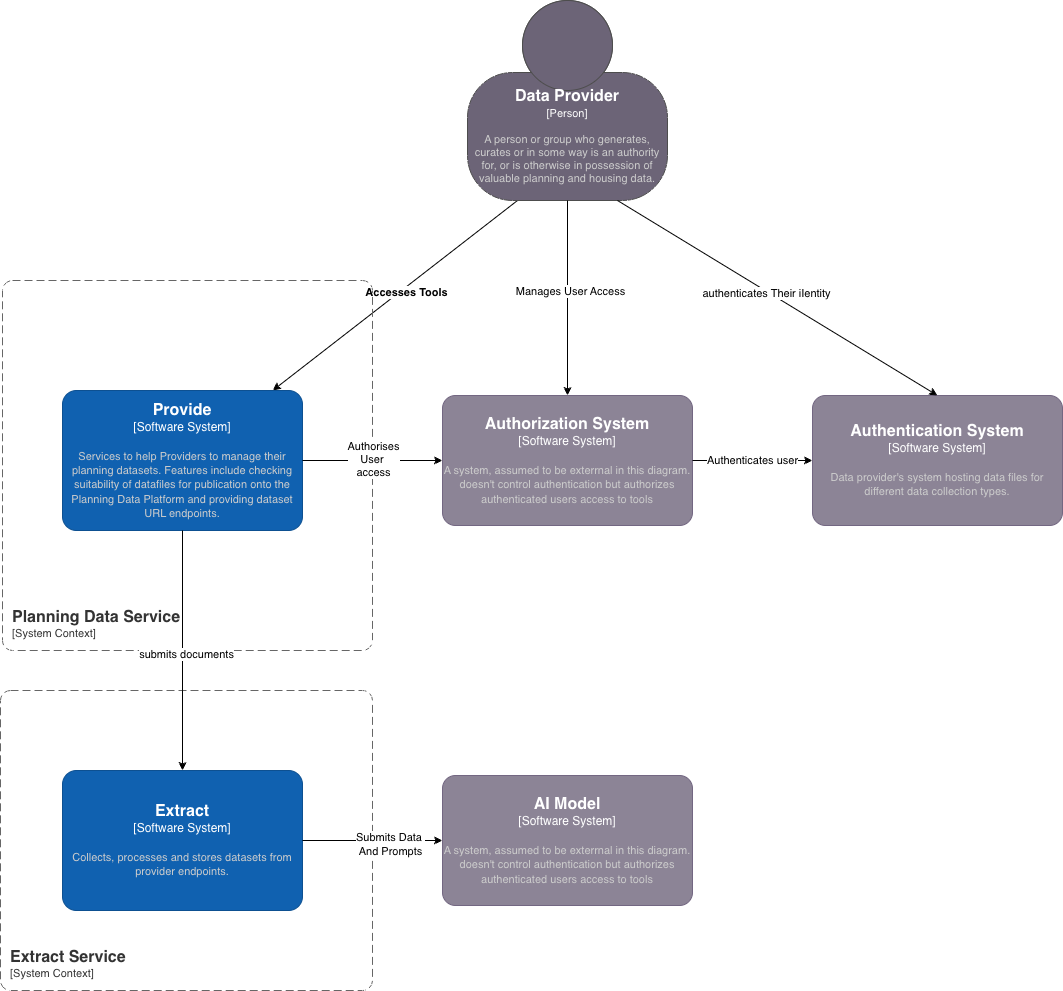
Earlier version of the draw.io export images/proposals/015-extract/system-context.drawio.png (digital-land/technical-documentation). Source tidied: cells renumbered, new cells last; positions are measured from the earlier drawing's top-left corner, leaving out a move shared by most shapes.
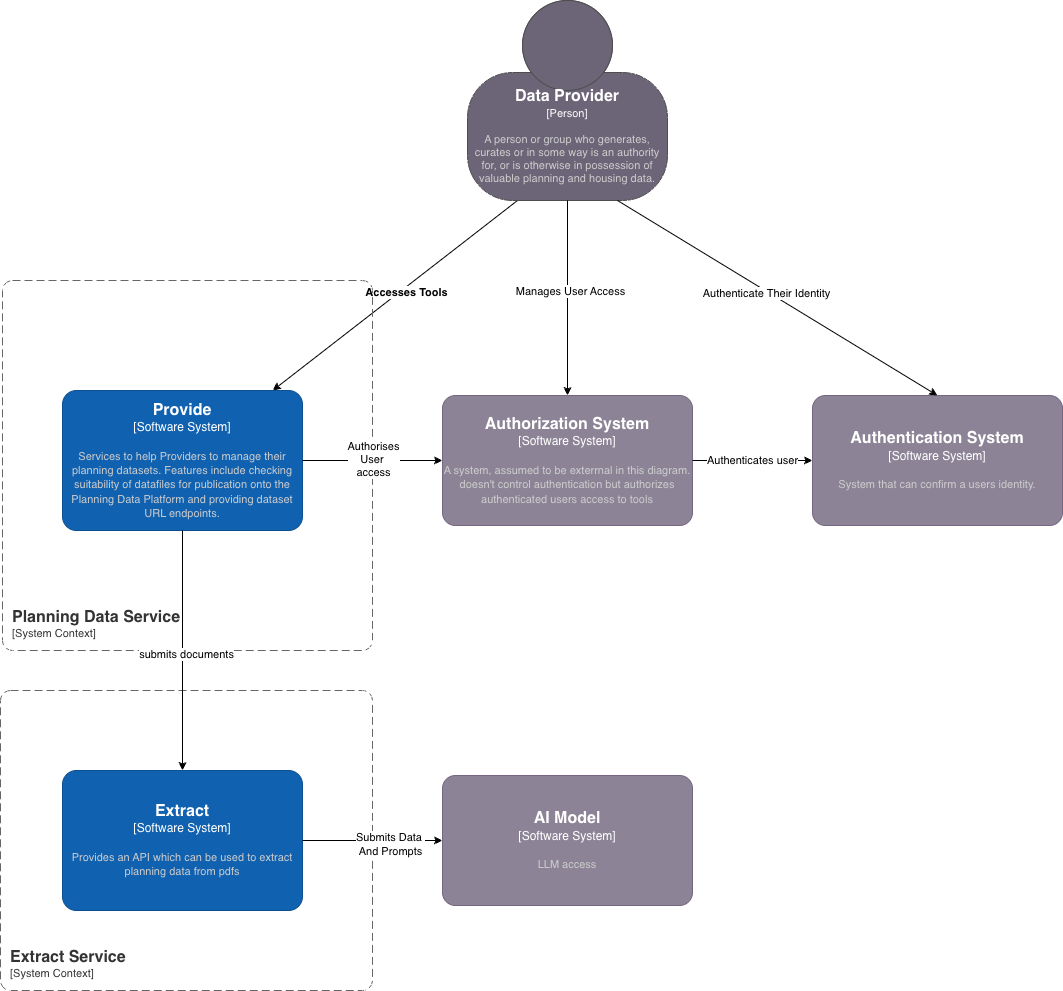
The same diagram one commit later.

Commit message:
correct typos

Diff of the diagram source:
```diff
@@ -23,7 +23,7 @@
         <mxGeometry x="62" y="390" width="240" height="140" as="geometry" />
       </mxCell>
     </object>
-    <object id="7" label="&lt;font style=&quot;font-size: 16px&quot;&gt;&lt;b&gt;%c4Name%&lt;/b&gt;&lt;/font&gt;&lt;div&gt;[%c4Type%]&lt;/div&gt;&lt;br&gt;&lt;div&gt;&lt;font style=&quot;font-size: 11px&quot;&gt;&lt;font color=&quot;#cccccc&quot;&gt;%c4Description%&lt;/font&gt;&lt;/div&gt;" c4Description="Data provider's system hosting data files for different data collection types." c4Name="Authentication System" c4Type="Software System" placeholders="1">
+    <object id="7" label="&lt;font style=&quot;font-size: 16px&quot;&gt;&lt;b&gt;%c4Name%&lt;/b&gt;&lt;/font&gt;&lt;div&gt;[%c4Type%]&lt;/div&gt;&lt;br&gt;&lt;div&gt;&lt;font style=&quot;font-size: 11px&quot;&gt;&lt;font color=&quot;#cccccc&quot;&gt;%c4Description%&lt;/font&gt;&lt;/div&gt;" c4Description="System that can confirm a users identity." c4Name="Authentication System" c4Type="Software System" placeholders="1">
       <mxCell style="rounded=1;whiteSpace=wrap;html=1;labelBackgroundColor=none;fillColor=#8C8496;fontColor=#ffffff;align=center;arcSize=10;strokeColor=#736782;points=[[0.25,0,0],[0.5,0,0],[0.75,0,0],[1,0.25,0],[1,0.5,0],[1,0.75,0],[0.75,1,0],[0.5,1,0],[0.25,1,0],[0,0.75,0],[0,0.5,0],[0,0.25,0]];" parent="1" vertex="1">
         <mxGeometry x="812" y="395" width="250" height="130" as="geometry" />
       </mxCell>
@@ -38,7 +38,7 @@
         <mxGeometry y="690" width="372" height="300" as="geometry" />
       </mxCell>
     </object>
-    <object id="10" label="&lt;font style=&quot;font-size: 16px&quot;&gt;&lt;b&gt;%c4Name%&lt;/b&gt;&lt;/font&gt;&lt;div&gt;[%c4Type%]&lt;/div&gt;&lt;br&gt;&lt;div&gt;&lt;font style=&quot;font-size: 11px&quot;&gt;&lt;font color=&quot;#cccccc&quot;&gt;%c4Description%&lt;/font&gt;&lt;/div&gt;" c4Description="Collects, processes and stores datasets from provider endpoints." c4Name="Extract" c4Type="Software System" placeholders="1">
+    <object id="10" label="&lt;font style=&quot;font-size: 16px&quot;&gt;&lt;b&gt;%c4Name%&lt;/b&gt;&lt;/font&gt;&lt;div&gt;[%c4Type%]&lt;/div&gt;&lt;br&gt;&lt;div&gt;&lt;font style=&quot;font-size: 11px&quot;&gt;&lt;font color=&quot;#cccccc&quot;&gt;%c4Description%&lt;/font&gt;&lt;/div&gt;" c4Description="Provides an API which can be used to extract planning data from pdfs" c4Name="Extract" c4Type="Software System" placeholders="1">
       <mxCell style="rounded=1;whiteSpace=wrap;html=1;labelBackgroundColor=none;fillColor=#1061B0;fontColor=#ffffff;align=center;arcSize=10;strokeColor=#0D5091;points=[[0.25,0,0],[0.5,0,0],[0.75,0,0],[1,0.25,0],[1,0.5,0],[1,0.75,0],[0.75,1,0],[0.5,1,0],[0.25,1,0],[0,0.75,0],[0,0.5,0],[0,0.25,0]];" parent="1" vertex="1">
         <mxGeometry x="62" y="770" width="240" height="140" as="geometry" />
       </mxCell>
@@ -69,10 +69,10 @@
     <mxCell id="18" style="rounded=0;jettySize=auto;html=1;exitX=0.75;exitY=1;exitDx=0;exitDy=0;exitPerimeter=0;entryX=0.5;entryY=0;entryDx=0;entryDy=0;entryPerimeter=0;" parent="1" edge="1" source="4" target="7">
       <mxGeometry relative="1" as="geometry" />
     </mxCell>
-    <mxCell id="19" value="authenticates Their iIentity" style="edgeLabel;html=1;align=center;verticalAlign=middle;" parent="18" vertex="1">
+    <mxCell id="19" value="Authenticate Their Identity" style="edgeLabel;html=1;align=center;verticalAlign=middle;" parent="18" vertex="1">
       <mxGeometry x="-0.07" y="-2" relative="1" as="geometry" />
     </mxCell>
-    <object id="20" label="&lt;font style=&quot;font-size: 16px&quot;&gt;&lt;b&gt;%c4Name%&lt;/b&gt;&lt;/font&gt;&lt;div&gt;[%c4Type%]&lt;/div&gt;&lt;br&gt;&lt;div&gt;&lt;font style=&quot;font-size: 11px&quot;&gt;&lt;font color=&quot;#cccccc&quot;&gt;%c4Description%&lt;/font&gt;&lt;/div&gt;" c4Description="A system, assumed to be exterrnal in this diagram. doesn't control authentication but authorizes authenticated users access to tools" c4Name="AI Model" c4Type="Software System" placeholders="1">
+    <object id="20" label="&lt;font style=&quot;font-size: 16px&quot;&gt;&lt;b&gt;%c4Name%&lt;/b&gt;&lt;/font&gt;&lt;div&gt;[%c4Type%]&lt;/div&gt;&lt;br&gt;&lt;div&gt;&lt;font style=&quot;font-size: 11px&quot;&gt;&lt;font color=&quot;#cccccc&quot;&gt;%c4Description%&lt;/font&gt;&lt;/div&gt;" c4Description="LLM access" c4Name="AI Model" c4Type="Software System" placeholders="1">
       <mxCell style="rounded=1;whiteSpace=wrap;html=1;labelBackgroundColor=none;fillColor=#8C8496;fontColor=#ffffff;align=center;arcSize=10;strokeColor=#736782;points=[[0.25,0,0],[0.5,0,0],[0.75,0,0],[1,0.25,0],[1,0.5,0],[1,0.75,0],[0.75,1,0],[0.5,1,0],[0.25,1,0],[0,0.75,0],[0,0.5,0],[0,0.25,0]];" parent="1" vertex="1">
         <mxGeometry x="442" y="775" width="250" height="130" as="geometry" />
       </mxCell>
```
